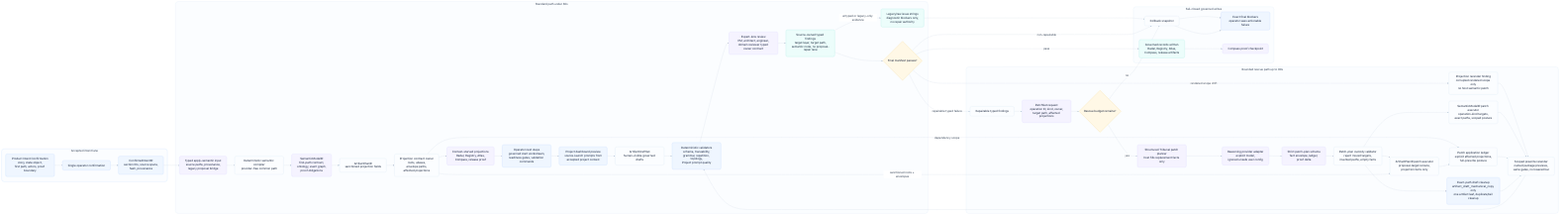
Before: odylith/atlas/source/domain-intelligence-greenfield-governance.png, a diagram exported from Mermaid (odylith/odylith). Its source is kept beside it as odylith/atlas/source/domain-intelligence-greenfield-governance.mmd. The source it was exported from:
```mermaid
flowchart LR
    subgraph accepted_lane["Accepted intent lane"]
      direction TB
      visible_intent["Product Intent Confirmation<br/>story, state object,<br/>first path, actors, proof boundary"]
      confirm["Single operator confirmation"]
      confirmed_ir["ConfirmedIntentIR<br/>section IDs, source spans,<br/>hash, provenance"]
    end

    subgraph standard_lane["Standard path under 60s"]
      direction TB
      apply_input["Typed apply-semantic input<br/>source paths, provenance,<br/>legacy proposal bridge"]
      compiler["Deterministic semantic compiler<br/>provider-free common path"]
      semantic_ir["SemanticModelIR<br/>first-path contract,<br/>ontology, event graph,<br/>proof obligations"]
      artifact_plan["ArtifactPlanIR<br/>sanctioned projection fields"]
      projection_contract["Projection contract owner<br/>roots, aliases,<br/>envelope paths,<br/>affected projections"]
      projections["Context-starved projections<br/>Radar, Registry, Atlas,<br/>Compass, release proof"]
      next_steps["Operator next steps<br/>governed start workstream,<br/>readiness gates, validation commands"]
      project_dashboard["Project dashboard preview<br/>source-launch prompts from<br/>accepted project context"]
      draft_set["ArtifactDraftSet<br/>human-visible governed drafts"]
      validators["Deterministic validators<br/>schema, traceability,<br/>grammar, repetition, topology,<br/>Project prompt quality"]
      expert_lenses["Expert-lens review<br/>PM, architect, engineer,<br/>domain reviewer typed owner contract"]
      typed_findings["Source-owned typed findings<br/>target layer, target path,<br/>semantic node, no proposal-repair lane"]
      legacy_blockers["Legacy/raw issue strings<br/>diagnostic blockers only,<br/>no repair authority"]
      final_manifest{"Final manifest passes?"}
    end

    subgraph rescue_lane["Bounded rescue path up to 90s"]
      direction TB
      repairable["Repairable typed findings"]
      patchset["PatchSet request<br/>operation ID, kind, owner,<br/>target path, affected projections"]
      rescue_budget{"Rescue budget remains?"}
      tribunal_planner["Structured Tribunal patch planner<br/>host fills replacement facts only"]
      provider_adapter["Reasoning provider adapter<br/>explicit model,<br/>ignored unsafe user config"]
      strict_schema["Strict patch-plan schema<br/>fact envelope, ledger,<br/>proof delta"]
      custody_check["Patch-plan custody validator<br/>reject moved targets,<br/>invented paths, empty facts"]
      semantic_apply["SemanticModelIR patch executor<br/>operation-kind targets,<br/>exact paths, scoped posture"]
      plan_apply["ArtifactPlanIR patch executor<br/>proposal-target reroute,<br/>projection facts only"]
      scope_ledger["Patch application ledger<br/>explicit affected projections,<br/>full-prewrite posture"]
      projection_rerender["Projection rerender finding<br/>corrupted rendered scope only<br/>no host semantic patch"]
      copy_repair["Exact-path draft cleanup<br/>artifact_draft_mechanical_copy only<br/>one artifact leaf, duplicate/tail cleanup"]
      rerender["Scoped prewrite rerender<br/>named package previews,<br/>same gates, no lowered bar"]
    end

    subgraph write_lane["Fail-closed governed writes"]
      direction TB
      writes["Governed records written<br/>Radar, Registry, Atlas,<br/>Compass, release artifacts"]
      rollback["Rollback snapshot"]
      blockers["Exact final blockers<br/>operator sees actionable failure"]
      proof_log["Compass proof checkpoint"]
    end

    visible_intent --> confirm --> confirmed_ir
    confirmed_ir --> apply_input --> compiler --> semantic_ir --> artifact_plan --> projection_contract --> projections --> next_steps --> project_dashboard --> draft_set
    draft_set --> validators --> expert_lenses --> typed_findings --> final_manifest
    typed_findings -- "untyped or legacy-only evidence" --> legacy_blockers --> rollback
    final_manifest -- "pass" --> writes --> proof_log
    final_manifest -- "rendered scope drift" --> projection_rerender --> rerender
    final_manifest -- "repairable typed failure" --> repairable --> patchset --> rescue_budget
    rescue_budget -- "yes" --> tribunal_planner --> provider_adapter --> strict_schema --> custody_check
    custody_check --> semantic_apply
    custody_check --> plan_apply
    custody_check --> copy_repair
    projection_contract -. "sanctioned roots + envelopes" .-> plan_apply
    projection_contract -. "dependency scope" .-> scope_ledger
    semantic_apply --> rerender
    plan_apply --> scope_ledger --> rerender
    copy_repair --> rerender
    rerender --> validators
    rescue_budget -- "no" --> rollback --> blockers
    final_manifest -- "non-repairable" --> rollback
    rollback --> blockers

    classDef intent fill:#EFF6FF,stroke:#BFD7FE,color:#17233A,stroke-width:1.2px;
    classDef standard fill:#F8FAFC,stroke:#CBD5E1,color:#17233A,stroke-width:1.2px;
    classDef rescue fill:#FFF7ED,stroke:#FDBA74,color:#17233A,stroke-width:1.2px;
    classDef write fill:#F0FDF4,stroke:#86EFAC,color:#17233A,stroke-width:1.2px;
    class visible_intent,confirm,confirmed_ir intent;
    class apply_input,compiler,semantic_ir,artifact_plan,projection_contract,projections,next_steps,project_dashboard,draft_set,validators,expert_lenses,typed_findings,legacy_blockers,final_manifest standard;
    class repairable,patchset,rescue_budget,tribunal_planner,provider_adapter,strict_schema,custody_check,semantic_apply,plan_apply,scope_ledger,projection_rerender,copy_repair,rerender rescue;
    class writes,rollback,blockers,proof_log write;

    style accepted_lane fill:#FBFDFF,stroke:#BFD7FE,stroke-width:1px,color:#334155
    style standard_lane fill:#FBFDFF,stroke:#CBD5E1,stroke-width:1px,color:#334155
    style rescue_lane fill:#FFFBF5,stroke:#FDBA74,stroke-width:1px,color:#334155
    style write_lane fill:#F8FFF9,stroke:#86EFAC,stroke-width:1px,color:#334155
    linkStyle default stroke:#9FB2C8,stroke-width:1.25px
```
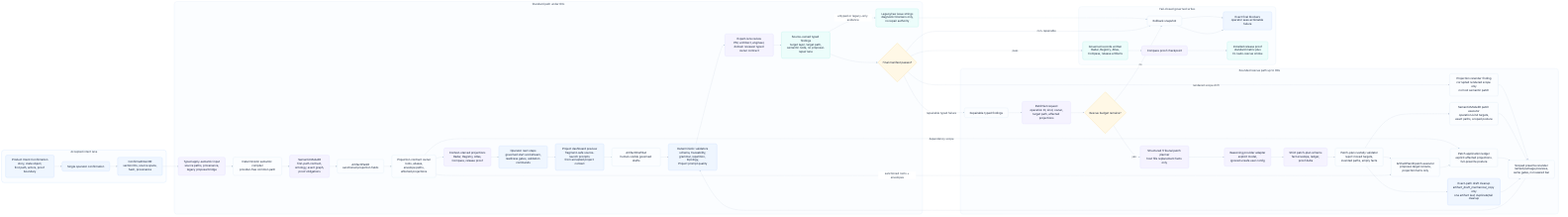
Above is the later version.

The edit, as a diff of the source:
```diff
@@ -15,7 +15,7 @@
       projection_contract["Projection contract owner<br/>roots, aliases,<br/>envelope paths,<br/>affected projections"]
       projections["Context-starved projections<br/>Radar, Registry, Atlas,<br/>Compass, release proof"]
       next_steps["Operator next steps<br/>governed start workstream,<br/>readiness gates, validation commands"]
-      project_dashboard["Project dashboard preview<br/>source-launch prompts from<br/>accepted project context"]
+      project_dashboard["Project dashboard preview<br/>fragment-safe source-launch prompts<br/>from accepted project context"]
       draft_set["ArtifactDraftSet<br/>human-visible governed drafts"]
       validators["Deterministic validators<br/>schema, traceability,<br/>grammar, repetition, topology,<br/>Project prompt quality"]
       expert_lenses["Expert-lens review<br/>PM, architect, engineer,<br/>domain reviewer typed owner contract"]
@@ -47,13 +47,14 @@
       rollback["Rollback snapshot"]
       blockers["Exact final blockers<br/>operator sees actionable failure"]
       proof_log["Compass proof checkpoint"]
+      release_matrix["Installed release proof<br/>standard matrix plus<br/>CLI auto-rescue smoke"]
     end
 
     visible_intent --> confirm --> confirmed_ir
     confirmed_ir --> apply_input --> compiler --> semantic_ir --> artifact_plan --> projection_contract --> projections --> next_steps --> project_dashboard --> draft_set
     draft_set --> validators --> expert_lenses --> typed_findings --> final_manifest
     typed_findings -- "untyped or legacy-only evidence" --> legacy_blockers --> rollback
-    final_manifest -- "pass" --> writes --> proof_log
+    final_manifest -- "pass" --> writes --> proof_log --> release_matrix
     final_manifest -- "rendered scope drift" --> projection_rerender --> rerender
     final_manifest -- "repairable typed failure" --> repairable --> patchset --> rescue_budget
     rescue_budget -- "yes" --> tribunal_planner --> provider_adapter --> strict_schema --> custody_check
@@ -77,7 +78,7 @@
     class visible_intent,confirm,confirmed_ir intent;
     class apply_input,compiler,semantic_ir,artifact_plan,projection_contract,projections,next_steps,project_dashboard,draft_set,validators,expert_lenses,typed_findings,legacy_blockers,final_manifest standard;
     class repairable,patchset,rescue_budget,tribunal_planner,provider_adapter,strict_schema,custody_check,semantic_apply,plan_apply,scope_ledger,projection_rerender,copy_repair,rerender rescue;
-    class writes,rollback,blockers,proof_log write;
+    class writes,rollback,blockers,proof_log,release_matrix write;
 
     style accepted_lane fill:#FBFDFF,stroke:#BFD7FE,stroke-width:1px,color:#334155
     style standard_lane fill:#FBFDFF,stroke:#CBD5E1,stroke-width:1px,color:#334155
```
